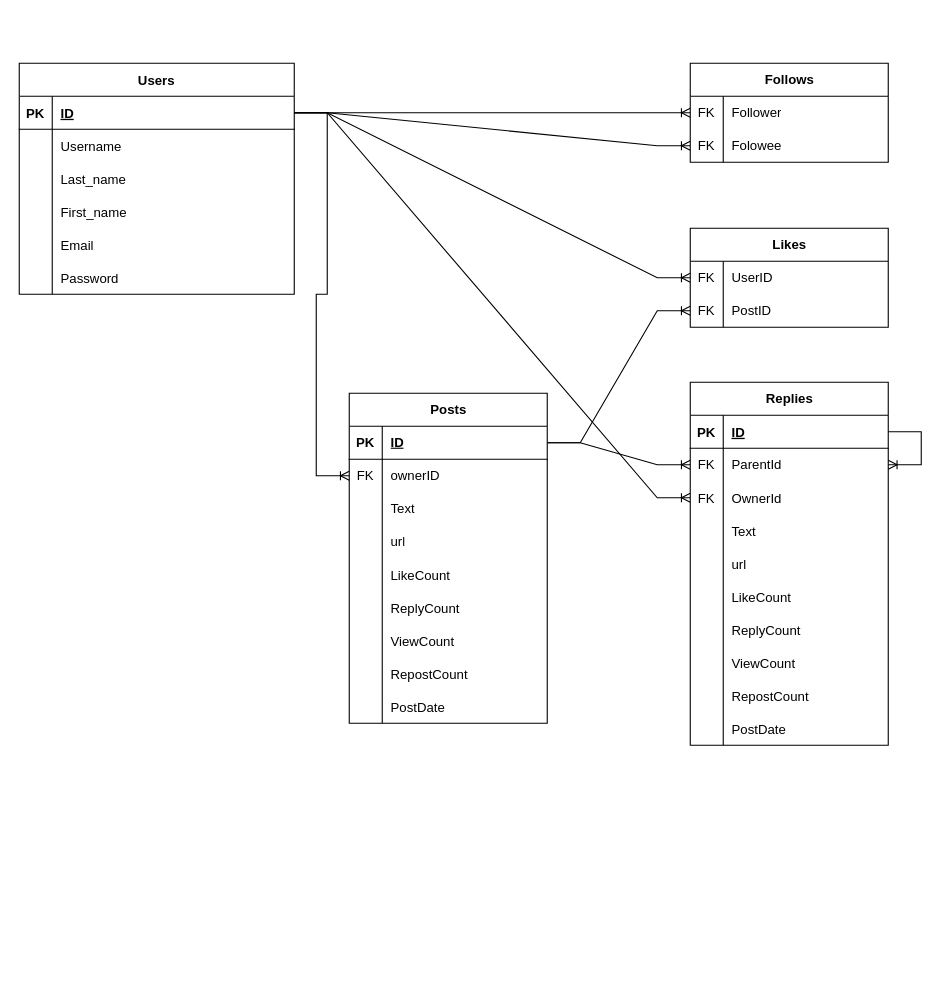
This is Documentation/TwiterDB.drawio from DavidUKr/Twiter, a draw.io file, before an edit. Source tidied: cells renumbered, new cells numbered last; positions are measured from the earlier drawing's top-left corner, leaving out a move shared by most shapes. Both pictures are drawn from the tidied source at 110%, with x=0, y=0 at pixel (19, 63).
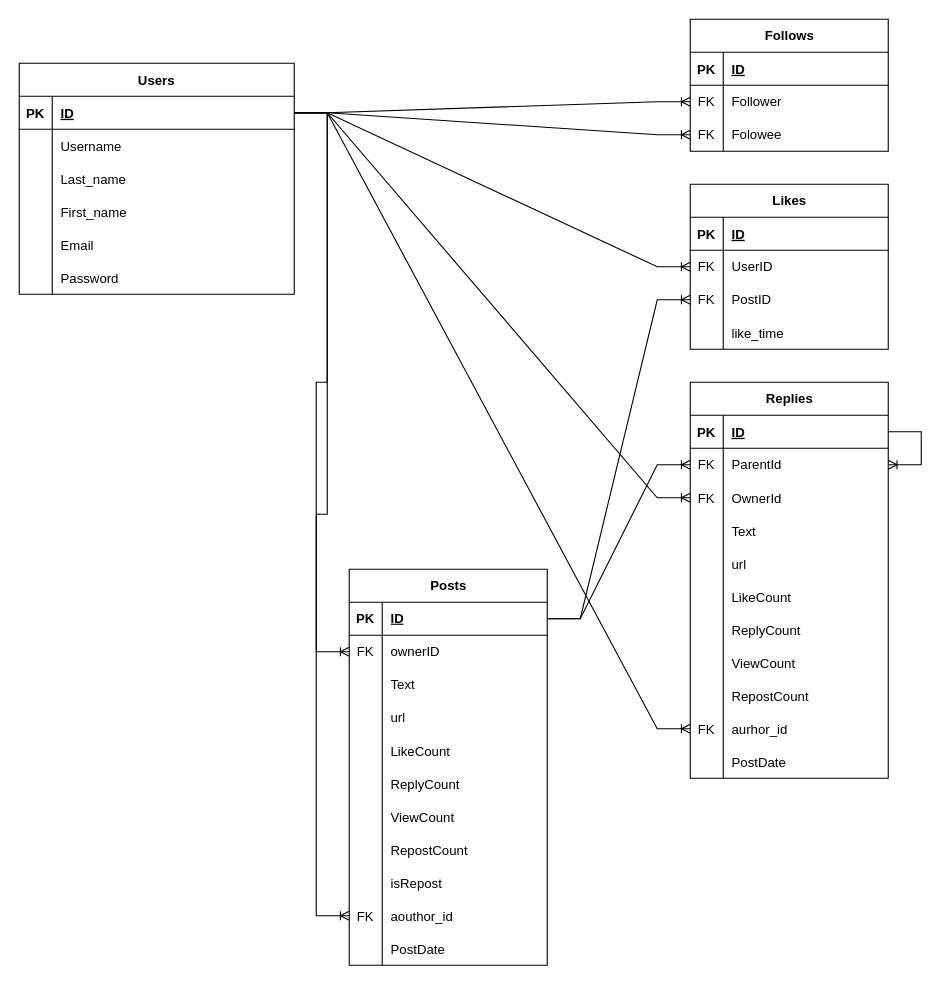
Above is the later version.

The change refers to these unchanged cells:
```xml
<mxCell id="3" style="shape=partialRectangle;fillColor=none;points=[[0,0.5],[1,0.5]];portConstraint=eastwest;top=0;left=0;right=0;bottom=1;" parent="2" vertex="1">
  <mxGeometry y="30" width="250" height="30" as="geometry" />
</mxCell>
```

Change to the diagram source:
```diff
@@
     <mxCell id="21" value="Follows" style="shape=table;startSize=30;childLayout=tableLayout;rowLines=0;fontStyle=1;align=center;html=1;" parent="1" vertex="1">
-      <mxGeometry x="610" width="180" height="90" as="geometry" />
+      <mxGeometry x="610" y="-40" width="180" height="120" as="geometry" />
     </mxCell>
+    <mxCell id="102" style="shape=tableRow;horizontal=0;startSize=0;swimlaneHead=0;swimlaneBody=0;fillColor=none;top=0;left=0;right=0;bottom=1;" parent="21" vertex="1">
+      <mxGeometry y="30" width="180" height="30" as="geometry" />
+    </mxCell>
+    <mxCell id="103" value="PK" style="shape=partialRectangle;fillColor=none;top=0;left=0;bottom=0;right=0;fontStyle=1;overflow=hidden;" parent="102" vertex="1">
+      <mxGeometry width="30" height="30" as="geometry" />
+    </mxCell>
+    <mxCell id="104" value="ID" style="shape=partialRectangle;fillColor=none;top=0;left=0;bottom=0;right=0;align=left;spacingLeft=6;fontStyle=5;overflow=hidden;" parent="102" vertex="1">
+      <mxGeometry x="30" width="150" height="30" as="geometry" />
+    </mxCell>
     <mxCell id="22" style="shape=tableRow;horizontal=0;startSize=0;swimlaneHead=0;swimlaneBody=0;fillColor=none;points=[[0,0.5],[1,0.5]];portConstraint=eastwest;top=0;left=0;right=0;bottom=0;" parent="21" vertex="1">
-      <mxGeometry y="30" width="180" height="30" as="geometry" />
+      <mxGeometry y="60" width="180" height="30" as="geometry" />
     </mxCell>
@@
     <mxCell id="25" style="shape=tableRow;horizontal=0;startSize=0;swimlaneHead=0;swimlaneBody=0;fillColor=none;points=[[0,0.5],[1,0.5]];portConstraint=eastwest;top=0;left=0;right=0;bottom=0;" parent="21" vertex="1">
-      <mxGeometry y="60" width="180" height="30" as="geometry" />
+      <mxGeometry y="90" width="180" height="30" as="geometry" />
     </mxCell>
@@
     <mxCell id="30" value="Posts" style="shape=table;startSize=30;childLayout=tableLayout;rowLines=0;fontStyle=1;align=center;html=1;" parent="1" vertex="1">
-      <mxGeometry x="300" y="300" width="180" height="300" as="geometry" />
+      <mxGeometry x="300" y="460" width="180" height="360" as="geometry" />
     </mxCell>
@@
+    <mxCell id="105" style="shape=tableRow;horizontal=0;startSize=0;swimlaneHead=0;swimlaneBody=0;fillColor=none;top=0;left=0;right=0;bottom=0;" parent="30" vertex="1">
+      <mxGeometry y="270" width="180" height="30" as="geometry" />
+    </mxCell>
+    <mxCell id="106" style="shape=partialRectangle;fillColor=none;top=0;left=0;bottom=0;right=0;overflow=hidden;" parent="105" vertex="1">
+      <mxGeometry width="30" height="30" as="geometry" />
+    </mxCell>
+    <mxCell id="107" value="isRepost" style="shape=partialRectangle;fillColor=none;top=0;left=0;bottom=0;right=0;align=left;spacingLeft=6;overflow=hidden;" parent="105" vertex="1">
+      <mxGeometry x="30" width="150" height="30" as="geometry" />
+    </mxCell>
+    <mxCell id="108" style="shape=tableRow;horizontal=0;startSize=0;swimlaneHead=0;swimlaneBody=0;fillColor=none;points=[[0,0.5],[1,0.5]];portConstraint=eastwest;top=0;left=0;right=0;bottom=0;" parent="30" vertex="1">
+      <mxGeometry y="300" width="180" height="30" as="geometry" />
+    </mxCell>
+    <mxCell id="109" value="FK" style="shape=partialRectangle;fillColor=none;top=0;left=0;bottom=0;right=0;overflow=hidden;" parent="108" vertex="1">
+      <mxGeometry width="30" height="30" as="geometry" />
+    </mxCell>
+    <mxCell id="110" value="aouthor_id" style="shape=partialRectangle;fillColor=none;top=0;left=0;bottom=0;right=0;align=left;spacingLeft=6;overflow=hidden;" parent="108" vertex="1">
+      <mxGeometry x="30" width="150" height="30" as="geometry" />
+    </mxCell>
     <mxCell id="55" style="shape=tableRow;horizontal=0;startSize=0;swimlaneHead=0;swimlaneBody=0;fillColor=none;top=0;left=0;right=0;bottom=0;" parent="30" vertex="1">
-      <mxGeometry y="270" width="180" height="30" as="geometry" />
+      <mxGeometry y="330" width="180" height="30" as="geometry" />
     </mxCell>
@@
     <mxCell id="59" value="Replies" style="shape=table;startSize=30;childLayout=tableLayout;rowLines=0;fontStyle=1;align=center;html=1;" parent="1" vertex="1">
-      <mxGeometry x="610" y="290" width="180" height="330" as="geometry" />
+      <mxGeometry x="610" y="290" width="180" height="360" as="geometry" />
     </mxCell>
@@
+    <mxCell id="111" style="shape=tableRow;horizontal=0;startSize=0;swimlaneHead=0;swimlaneBody=0;fillColor=none;points=[[0,0.5],[1,0.5]];portConstraint=eastwest;top=0;left=0;right=0;bottom=0;" parent="59" vertex="1">
+      <mxGeometry y="300" width="180" height="30" as="geometry" />
+    </mxCell>
+    <mxCell id="112" value="FK" style="shape=partialRectangle;fillColor=none;top=0;left=0;bottom=0;right=0;overflow=hidden;" parent="111" vertex="1">
+      <mxGeometry width="30" height="30" as="geometry" />
+    </mxCell>
+    <mxCell id="113" value="aurhor_id" style="shape=partialRectangle;fillColor=none;top=0;left=0;bottom=0;right=0;align=left;spacingLeft=6;overflow=hidden;" parent="111" vertex="1">
+      <mxGeometry x="30" width="150" height="30" as="geometry" />
+    </mxCell>
     <mxCell id="88" style="shape=tableRow;horizontal=0;startSize=0;swimlaneHead=0;swimlaneBody=0;fillColor=none;top=0;left=0;right=0;bottom=0;" parent="59" vertex="1">
-      <mxGeometry y="300" width="180" height="30" as="geometry" />
+      <mxGeometry y="330" width="180" height="30" as="geometry" />
     </mxCell>
@@
     <mxCell id="92" value="Likes" style="shape=table;startSize=30;childLayout=tableLayout;rowLines=0;fontStyle=1;align=center;html=1;" parent="1" vertex="1">
-      <mxGeometry x="610" y="150" width="180" height="90" as="geometry" />
+      <mxGeometry x="610" y="110" width="180" height="150" as="geometry" />
     </mxCell>
+    <mxCell id="114" style="shape=tableRow;horizontal=0;startSize=0;swimlaneHead=0;swimlaneBody=0;fillColor=none;top=0;left=0;right=0;bottom=1;" parent="92" vertex="1">
+      <mxGeometry y="30" width="180" height="30" as="geometry" />
+    </mxCell>
+    <mxCell id="115" value="PK" style="shape=partialRectangle;fillColor=none;top=0;left=0;bottom=0;right=0;fontStyle=1;overflow=hidden;" parent="114" vertex="1">
+      <mxGeometry width="30" height="30" as="geometry" />
+    </mxCell>
+    <mxCell id="116" value="ID" style="shape=partialRectangle;fillColor=none;top=0;left=0;bottom=0;right=0;align=left;spacingLeft=6;fontStyle=5;overflow=hidden;" parent="114" vertex="1">
+      <mxGeometry x="30" width="150" height="30" as="geometry" />
+    </mxCell>
     <mxCell id="93" style="shape=tableRow;horizontal=0;startSize=0;swimlaneHead=0;swimlaneBody=0;fillColor=none;points=[[0,0.5],[1,0.5]];portConstraint=eastwest;top=0;left=0;right=0;bottom=0;" parent="92" vertex="1">
-      <mxGeometry y="30" width="180" height="30" as="geometry" />
+      <mxGeometry y="60" width="180" height="30" as="geometry" />
     </mxCell>
@@
     <mxCell id="96" style="shape=tableRow;horizontal=0;startSize=0;swimlaneHead=0;swimlaneBody=0;fillColor=none;points=[[0,0.5],[1,0.5]];portConstraint=eastwest;top=0;left=0;right=0;bottom=0;" parent="92" vertex="1">
-      <mxGeometry y="60" width="180" height="30" as="geometry" />
+      <mxGeometry y="90" width="180" height="30" as="geometry" />
     </mxCell>
@@
+    <mxCell id="117" style="shape=tableRow;horizontal=0;startSize=0;swimlaneHead=0;swimlaneBody=0;fillColor=none;top=0;left=0;right=0;bottom=0;" parent="92" vertex="1">
+      <mxGeometry y="120" width="180" height="30" as="geometry" />
+    </mxCell>
+    <mxCell id="118" style="shape=partialRectangle;fillColor=none;top=0;left=0;bottom=0;right=0;overflow=hidden;" parent="117" vertex="1">
+      <mxGeometry width="30" height="30" as="geometry" />
+    </mxCell>
+    <mxCell id="119" value="like_time" style="shape=partialRectangle;fillColor=none;top=0;left=0;bottom=0;right=0;align=left;spacingLeft=6;overflow=hidden;" parent="117" vertex="1">
+      <mxGeometry x="30" width="150" height="30" as="geometry" />
+    </mxCell>
@@
+    <mxCell id="120" style="edgeStyle=entityRelationEdgeStyle;fontSize=12;html=1;endArrow=ERoneToMany;rounded=0;entryX=0;entryY=0.5;entryDx=0;entryDy=0;exitX=1;exitY=0.5;exitDx=0;exitDy=0;" parent="1" edge="1" source="3" target="108">
+      <mxGeometry relative="1" as="geometry" />
+    </mxCell>
+    <mxCell id="121" style="edgeStyle=entityRelationEdgeStyle;fontSize=12;html=1;endArrow=ERoneToMany;rounded=0;entryX=0;entryY=0.5;entryDx=0;entryDy=0;" parent="1" edge="1" source="3" target="111">
+      <mxGeometry relative="1" as="geometry" />
+    </mxCell>
```
